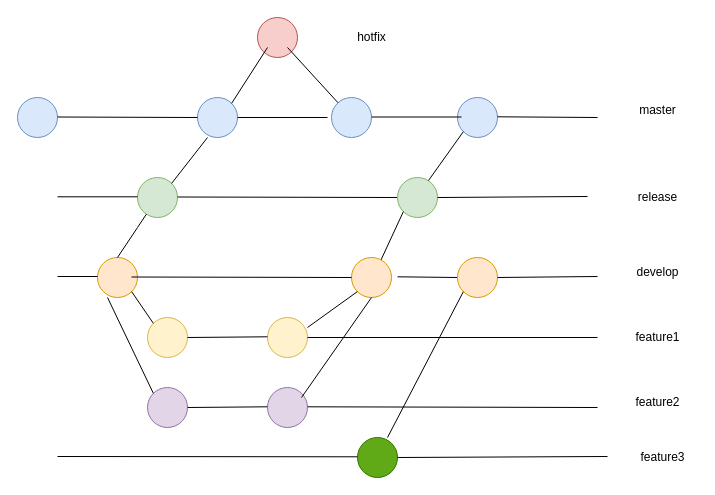
Earlier version of the draw.io diagram Untitled Diagram.drawio (saurasp/assignment). Source tidied: cells renumbered, new cells numbered last; positions are measured from the earlier drawing's top-left corner, leaving out a move shared by most shapes. Both pictures are drawn from the tidied source at 100%, with x=0, y=0 at pixel (17, 17).
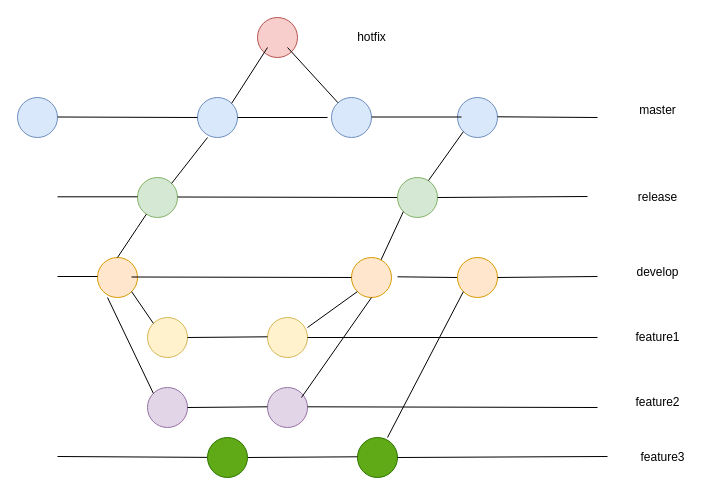
The same diagram, later.

Diff of the diagram source:
```diff
@@
-    <mxCell id="47" style="endArrow=none;html=1;rounded=0;" parent="1" edge="1">
+    <mxCell id="47" style="endArrow=none;html=1;rounded=0;" parent="1" edge="1" source="53">
       <mxGeometry relative="1" as="geometry">
-        <mxPoint x="40" y="439" as="sourcePoint" />
         <mxPoint x="340" y="439.3" as="targetPoint" />
       </mxGeometry>
     </mxCell>
@@
+    <mxCell id="52" style="endArrow=none;html=1;rounded=0;" parent="1" edge="1" target="53">
+      <mxGeometry relative="1" as="geometry">
+        <mxPoint x="40" y="439" as="sourcePoint" />
+      </mxGeometry>
+    </mxCell>
+    <mxCell id="53" style="ellipse;whiteSpace=wrap;html=1;fillColor=#60a917;strokeColor=#2D7600;fontColor=#ffffff;" parent="1" vertex="1">
+      <mxGeometry x="190" y="420" width="40" height="40" as="geometry" />
+    </mxCell>
```
